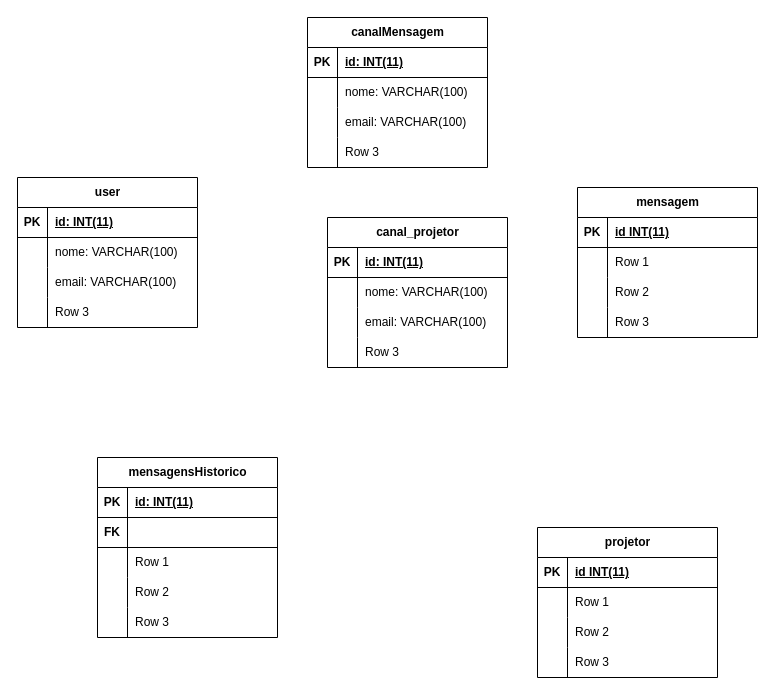
Earlier version of the draw.io diagram BaseDeDados/modeloER.drawio (Rodrigo-Pereira3/PAP). Source tidied: cells renumbered, new cells numbered last; positions are measured from the earlier drawing's top-left corner, leaving out a move shared by most shapes. Both pictures are drawn from the tidied source at 100%, with x=0, y=0 at pixel (17, 17).
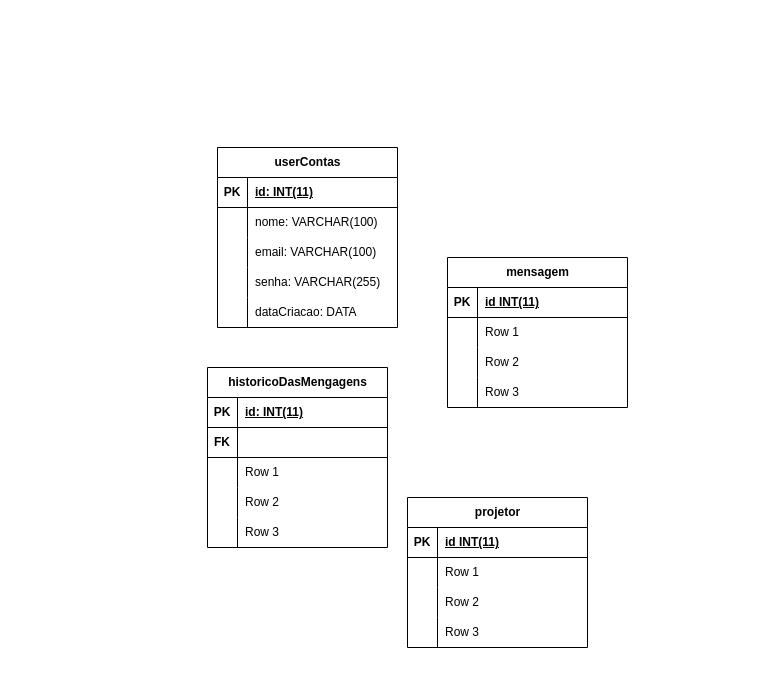
Above is the later version.

The change refers to these unchanged cells:
```xml
<mxCell id="28" style="shape=tableRow;horizontal=0;startSize=0;swimlaneHead=0;swimlaneBody=0;fillColor=none;top=0;left=0;right=0;bottom=0;" parent="18" vertex="1">
  <mxGeometry y="120" width="180" height="30" as="geometry" />
</mxCell>
```

Change to the diagram source:
```diff
@@
-    <mxCell id="2" value="mensagensHistorico" style="shape=table;startSize=30;childLayout=tableLayout;rowLines=0;fontStyle=1;align=center;html=1;" parent="1" vertex="1">
-      <mxGeometry x="80" y="440" width="180" height="180" as="geometry" />
+    <mxCell id="2" value="historicoDasMengagens" style="shape=table;startSize=30;childLayout=tableLayout;rowLines=0;fontStyle=1;align=center;html=1;" parent="1" vertex="1">
+      <mxGeometry x="190" y="350" width="180" height="180" as="geometry" />
     </mxCell>
@@
-    <mxCell id="18" value="user" style="shape=table;startSize=30;childLayout=tableLayout;rowLines=0;fontStyle=1;align=center;html=1;" parent="1" vertex="1">
-      <mxGeometry y="160" width="180" height="150" as="geometry" />
+    <mxCell id="18" value="userContas" style="shape=table;startSize=30;childLayout=tableLayout;rowLines=0;fontStyle=1;align=center;html=1;" parent="1" vertex="1">
+      <mxGeometry x="200" y="130" width="180" height="180" as="geometry" />
     </mxCell>
@@
-    <mxCell id="30" value="Row 3" style="shape=partialRectangle;fillColor=none;top=0;left=0;bottom=0;right=0;align=left;spacingLeft=6;overflow=hidden;whiteSpace=wrap;html=1;" parent="28" vertex="1">
+    <mxCell id="30" value="senha: VARCHAR(255)" style="shape=partialRectangle;fillColor=none;top=0;left=0;bottom=0;right=0;align=left;spacingLeft=6;overflow=hidden;whiteSpace=wrap;html=1;" parent="28" vertex="1">
       <mxGeometry x="30" width="150" height="30" as="geometry" />
     </mxCell>
+    <mxCell id="82" style="shape=tableRow;horizontal=0;startSize=0;swimlaneHead=0;swimlaneBody=0;fillColor=none;top=0;left=0;right=0;bottom=0;" parent="18" vertex="1">
+      <mxGeometry y="150" width="180" height="30" as="geometry" />
+    </mxCell>
+    <mxCell id="83" style="shape=partialRectangle;fillColor=none;top=0;left=0;bottom=0;right=0;overflow=hidden;whiteSpace=wrap;html=1;" parent="82" vertex="1">
+      <mxGeometry width="30" height="30" as="geometry" />
+    </mxCell>
+    <mxCell id="84" value="dataCriacao: DATA" style="shape=partialRectangle;fillColor=none;top=0;left=0;bottom=0;right=0;align=left;spacingLeft=6;overflow=hidden;whiteSpace=wrap;html=1;" parent="82" vertex="1">
+      <mxGeometry x="30" width="150" height="30" as="geometry" />
+    </mxCell>
     <mxCell id="31" value="mensagem" style="shape=table;startSize=30;childLayout=tableLayout;rowLines=0;fontStyle=1;align=center;html=1;" parent="1" vertex="1">
-      <mxGeometry x="560" y="170" width="180" height="150" as="geometry" />
+      <mxGeometry x="430" y="240" width="180" height="150" as="geometry" />
     </mxCell>
@@
     <mxCell id="44" value="projetor" style="shape=table;startSize=30;childLayout=tableLayout;rowLines=0;fontStyle=1;align=center;html=1;" parent="1" vertex="1">
-      <mxGeometry x="520" y="510" width="180" height="150" as="geometry" />
+      <mxGeometry x="390" y="480" width="180" height="150" as="geometry" />
     </mxCell>
@@
-    <mxCell id="57" value="canalMensagem" style="shape=table;startSize=30;childLayout=tableLayout;rowLines=0;fontStyle=1;align=center;html=1;" parent="1" vertex="1">
-      <mxGeometry x="290" width="180" height="150" as="geometry" />
-    </mxCell>
-    <mxCell id="58" style="shape=tableRow;horizontal=0;startSize=0;swimlaneHead=0;swimlaneBody=0;fillColor=none;top=0;left=0;right=0;bottom=1;" parent="57" vertex="1">
-      <mxGeometry y="30" width="180" height="30" as="geometry" />
-    </mxCell>
-    <mxCell id="59" value="PK" style="shape=partialRectangle;fillColor=none;top=0;left=0;bottom=0;right=0;fontStyle=1;overflow=hidden;whiteSpace=wrap;html=1;" parent="58" vertex="1">
-      <mxGeometry width="30" height="30" as="geometry" />
-    </mxCell>
-    <mxCell id="60" value="id: INT(11)" style="shape=partialRectangle;fillColor=none;top=0;left=0;bottom=0;right=0;align=left;spacingLeft=6;fontStyle=5;overflow=hidden;whiteSpace=wrap;html=1;" parent="58" vertex="1">
-      <mxGeometry x="30" width="150" height="30" as="geometry" />
-    </mxCell>
-    <mxCell id="61" style="shape=tableRow;horizontal=0;startSize=0;swimlaneHead=0;swimlaneBody=0;fillColor=none;top=0;left=0;right=0;bottom=0;" parent="57" vertex="1">
-      <mxGeometry y="60" width="180" height="30" as="geometry" />
-    </mxCell>
-    <mxCell id="62" style="shape=partialRectangle;fillColor=none;top=0;left=0;bottom=0;right=0;overflow=hidden;whiteSpace=wrap;html=1;" parent="61" vertex="1">
-      <mxGeometry width="30" height="30" as="geometry" />
-    </mxCell>
-    <mxCell id="63" value="nome: VARCHAR(100)" style="shape=partialRectangle;fillColor=none;top=0;left=0;bottom=0;right=0;align=left;spacingLeft=6;overflow=hidden;whiteSpace=wrap;html=1;" parent="61" vertex="1">
-      <mxGeometry x="30" width="150" height="30" as="geometry" />
-    </mxCell>
-    <mxCell id="64" style="shape=tableRow;horizontal=0;startSize=0;swimlaneHead=0;swimlaneBody=0;fillColor=none;top=0;left=0;right=0;bottom=0;" parent="57" vertex="1">
-      <mxGeometry y="90" width="180" height="30" as="geometry" />
-    </mxCell>
-    <mxCell id="65" style="shape=partialRectangle;fillColor=none;top=0;left=0;bottom=0;right=0;overflow=hidden;whiteSpace=wrap;html=1;" parent="64" vertex="1">
-      <mxGeometry width="30" height="30" as="geometry" />
-    </mxCell>
-    <mxCell id="66" value="email: VARCHAR(100)" style="shape=partialRectangle;fillColor=none;top=0;left=0;bottom=0;right=0;align=left;spacingLeft=6;overflow=hidden;whiteSpace=wrap;html=1;" parent="64" vertex="1">
-      <mxGeometry x="30" width="150" height="30" as="geometry" />
-    </mxCell>
-    <mxCell id="67" style="shape=tableRow;horizontal=0;startSize=0;swimlaneHead=0;swimlaneBody=0;fillColor=none;top=0;left=0;right=0;bottom=0;" parent="57" vertex="1">
-      <mxGeometry y="120" width="180" height="30" as="geometry" />
-    </mxCell>
-    <mxCell id="68" style="shape=partialRectangle;fillColor=none;top=0;left=0;bottom=0;right=0;overflow=hidden;whiteSpace=wrap;html=1;" parent="67" vertex="1">
-      <mxGeometry width="30" height="30" as="geometry" />
-    </mxCell>
-    <mxCell id="69" value="Row 3" style="shape=partialRectangle;fillColor=none;top=0;left=0;bottom=0;right=0;align=left;spacingLeft=6;overflow=hidden;whiteSpace=wrap;html=1;" parent="67" vertex="1">
-      <mxGeometry x="30" width="150" height="30" as="geometry" />
-    </mxCell>
-    <mxCell id="70" value="canal_projetor" style="shape=table;startSize=30;childLayout=tableLayout;rowLines=0;fontStyle=1;align=center;html=1;" parent="1" vertex="1">
-      <mxGeometry x="310" y="200" width="180" height="150" as="geometry" />
-    </mxCell>
-    <mxCell id="71" style="shape=tableRow;horizontal=0;startSize=0;swimlaneHead=0;swimlaneBody=0;fillColor=none;top=0;left=0;right=0;bottom=1;" parent="70" vertex="1">
-      <mxGeometry y="30" width="180" height="30" as="geometry" />
-    </mxCell>
-    <mxCell id="72" value="PK" style="shape=partialRectangle;fillColor=none;top=0;left=0;bottom=0;right=0;fontStyle=1;overflow=hidden;whiteSpace=wrap;html=1;" parent="71" vertex="1">
-      <mxGeometry width="30" height="30" as="geometry" />
-    </mxCell>
-    <mxCell id="73" value="id: INT(11)" style="shape=partialRectangle;fillColor=none;top=0;left=0;bottom=0;right=0;align=left;spacingLeft=6;fontStyle=5;overflow=hidden;whiteSpace=wrap;html=1;" parent="71" vertex="1">
-      <mxGeometry x="30" width="150" height="30" as="geometry" />
-    </mxCell>
-    <mxCell id="74" style="shape=tableRow;horizontal=0;startSize=0;swimlaneHead=0;swimlaneBody=0;fillColor=none;top=0;left=0;right=0;bottom=0;" parent="70" vertex="1">
-      <mxGeometry y="60" width="180" height="30" as="geometry" />
-    </mxCell>
-    <mxCell id="75" style="shape=partialRectangle;fillColor=none;top=0;left=0;bottom=0;right=0;overflow=hidden;whiteSpace=wrap;html=1;" parent="74" vertex="1">
-      <mxGeometry width="30" height="30" as="geometry" />
-    </mxCell>
-    <mxCell id="76" value="nome: VARCHAR(100)" style="shape=partialRectangle;fillColor=none;top=0;left=0;bottom=0;right=0;align=left;spacingLeft=6;overflow=hidden;whiteSpace=wrap;html=1;" parent="74" vertex="1">
-      <mxGeometry x="30" width="150" height="30" as="geometry" />
-    </mxCell>
-    <mxCell id="77" style="shape=tableRow;horizontal=0;startSize=0;swimlaneHead=0;swimlaneBody=0;fillColor=none;top=0;left=0;right=0;bottom=0;" parent="70" vertex="1">
-      <mxGeometry y="90" width="180" height="30" as="geometry" />
-    </mxCell>
-    <mxCell id="78" style="shape=partialRectangle;fillColor=none;top=0;left=0;bottom=0;right=0;overflow=hidden;whiteSpace=wrap;html=1;" parent="77" vertex="1">
-      <mxGeometry width="30" height="30" as="geometry" />
-    </mxCell>
-    <mxCell id="79" value="email: VARCHAR(100)" style="shape=partialRectangle;fillColor=none;top=0;left=0;bottom=0;right=0;align=left;spacingLeft=6;overflow=hidden;whiteSpace=wrap;html=1;" parent="77" vertex="1">
-      <mxGeometry x="30" width="150" height="30" as="geometry" />
-    </mxCell>
-    <mxCell id="80" style="shape=tableRow;horizontal=0;startSize=0;swimlaneHead=0;swimlaneBody=0;fillColor=none;top=0;left=0;right=0;bottom=0;" parent="70" vertex="1">
-      <mxGeometry y="120" width="180" height="30" as="geometry" />
-    </mxCell>
-    <mxCell id="81" style="shape=partialRectangle;fillColor=none;top=0;left=0;bottom=0;right=0;overflow=hidden;whiteSpace=wrap;html=1;" parent="80" vertex="1">
-      <mxGeometry width="30" height="30" as="geometry" />
-    </mxCell>
-    <mxCell id="82" value="Row 3" style="shape=partialRectangle;fillColor=none;top=0;left=0;bottom=0;right=0;align=left;spacingLeft=6;overflow=hidden;whiteSpace=wrap;html=1;" parent="80" vertex="1">
-      <mxGeometry x="30" width="150" height="30" as="geometry" />
-    </mxCell>
```
